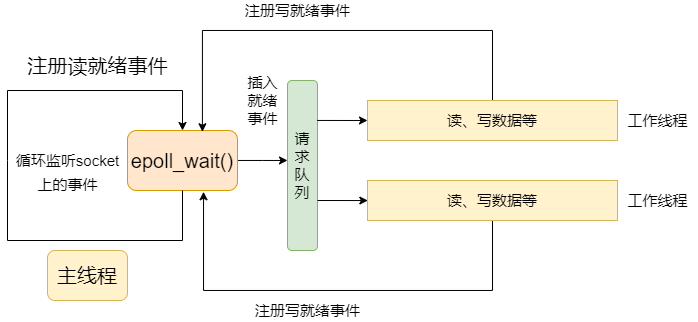
Before: data/Reactor.drawio.png, a diagram exported from draw.io (mo-xiaoxiu/imagefrommyblog). Source tidied: cells renumbered, new cells last; positions are measured from the earlier drawing's top-left corner, leaving out a move shared by most shapes.
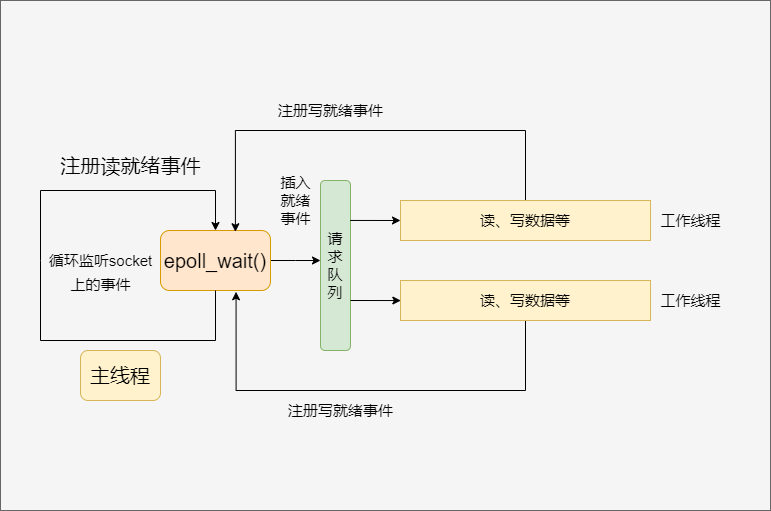
The same file after the commit.

The edit, as a diff of the source:
```diff
@@ -2,6 +2,9 @@
   <root>
     <mxCell id="0" />
     <mxCell id="1" parent="0" />
+    <mxCell id="20" style="rounded=0;whiteSpace=wrap;html=1;fillColor=#f5f5f5;fontColor=#333333;strokeColor=#666666;" parent="1" vertex="1">
+      <mxGeometry x="-40" y="-100" width="770" height="510" as="geometry" />
+    </mxCell>
     <mxCell id="2" value="&lt;font style=&quot;font-size: 20px&quot;&gt;主线程&lt;/font&gt;" style="rounded=1;whiteSpace=wrap;html=1;fillColor=#fff2cc;strokeColor=#d6b656;" parent="1" vertex="1">
       <mxGeometry x="40" y="250" width="80" height="50" as="geometry" />
     </mxCell>
```
